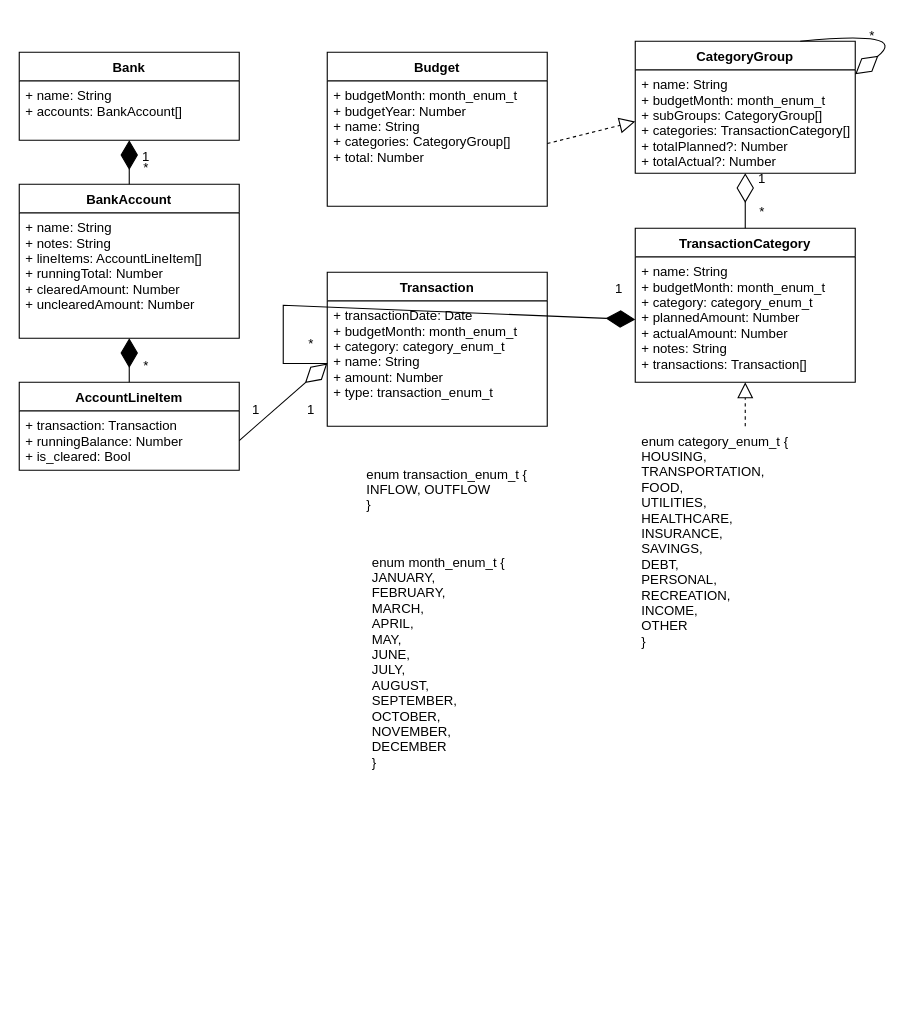
Earlier version of the draw.io diagram Documentation/DataContainer.drawio (simpsric/BudgetApp1.0). Source tidied: cells renumbered, new cells numbered last; positions are measured from the earlier drawing's top-left corner, leaving out a move shared by most shapes. Both pictures are drawn from the tidied source at 110%, with x=0, y=0 at pixel (19, 19).
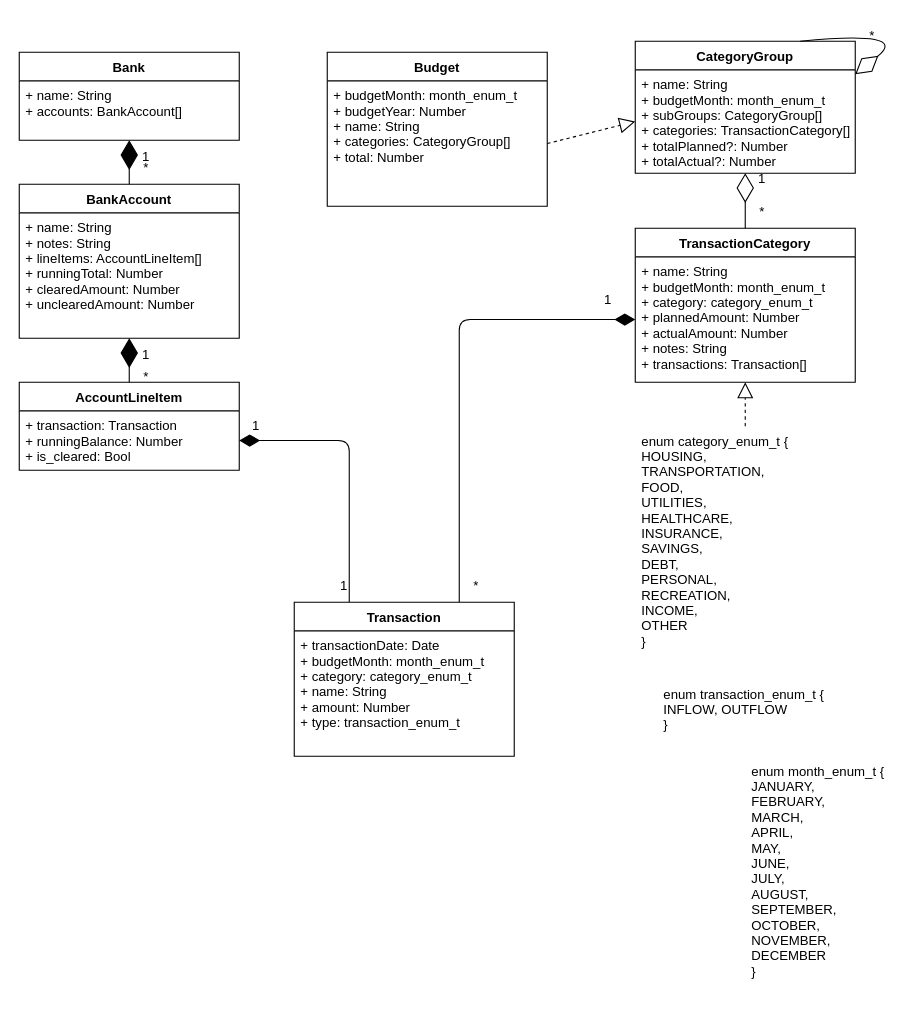
After the change.

Commit message (it also covers changes not shown here):
Enhance DataContainer and OverView diagrams: added new edges and adjusted positions for better clarity and organization.

The change refers to these unchanged cells:
```xml
<mxCell id="3" value="+ transactionDate: Date&#10;+ budgetMonth: month_enum_t&#10;+ category: category_enum_t&#10;+ name: String&#10;+ amount: Number&#10;+ type: transaction_enum_t" style="text;strokeColor=none;fillColor=none;align=left;verticalAlign=top;spacingLeft=4;spacingRight=4;overflow=hidden;points=[[0,0.5],[1,0.5]];portConstraint=eastwest;" parent="2" vertex="1">
  <mxGeometry y="26" width="200" height="114" as="geometry" />
</mxCell>
<mxCell id="9" value="+ name: String&#10;+ budgetMonth: month_enum_t&#10;+ category: category_enum_t&#10;+ plannedAmount: Number&#10;+ actualAmount: Number&#10;+ notes: String&#10;+ transactions: Transaction[]" style="text;strokeColor=none;fillColor=none;align=left;verticalAlign=top;spacingLeft=4;spacingRight=4;overflow=hidden;points=[[0,0.5],[1,0.5]];portConstraint=eastwest;" parent="8" vertex="1">
  <mxGeometry y="26" width="200" height="114" as="geometry" />
</mxCell>
<mxCell id="15" value="+ transaction: Transaction&#10;+ runningBalance: Number&#10;+ is_cleared: Bool" style="text;strokeColor=none;fillColor=none;align=left;verticalAlign=top;spacingLeft=4;spacingRight=4;overflow=hidden;points=[[0,0.5],[1,0.5]];portConstraint=eastwest;" parent="14" vertex="1">
  <mxGeometry y="26" width="200" height="54" as="geometry" />
</mxCell>
```

Diff of the diagram source:
```diff
@@
+    <mxCell id="37" style="edgeStyle=orthogonalEdgeStyle;html=1;exitX=0.75;exitY=0;exitDx=0;exitDy=0;entryX=0;entryY=0.5;entryDx=0;entryDy=0;endArrow=diamondThin;endFill=1;endSize=16;" parent="1" edge="1" source="2" target="9">
+      <mxGeometry relative="1" as="geometry" />
+    </mxCell>
+    <mxCell id="38" style="edgeStyle=orthogonalEdgeStyle;html=1;exitX=0.25;exitY=0;exitDx=0;exitDy=0;entryX=1;entryY=0.5;entryDx=0;entryDy=0;endArrow=diamondThin;endFill=1;endSize=16;" parent="1" edge="1" source="2" target="15">
+      <mxGeometry relative="1" as="geometry" />
+    </mxCell>
     <mxCell id="2" value="Transaction" style="swimlane;fontStyle=1;align=center;verticalAlign=top;horizontal=1;startSize=26;" parent="1" vertex="1">
-      <mxGeometry x="280" y="230" width="200" height="140" as="geometry" />
+      <mxGeometry x="250" y="530" width="200" height="140" as="geometry" />
     </mxCell>
@@
-    <mxCell id="18" style="endArrow=diamondThin;endFill=0;endSize=24;html=1;rounded=0;exitX=1;exitY=0.5;exitDx=0;exitDy=0;entryX=0;entryY=0.5;entryDx=0;entryDy=0;" parent="1" edge="1" source="15" target="3">
-      <mxGeometry relative="1" as="geometry" />
-    </mxCell>
     <mxCell id="19" value="1" style="text;html=1;align=center;verticalAlign=middle;strokeColor=none;fillColor=none;" parent="1" vertex="1">
-      <mxGeometry x="250" y="340" width="30" height="30" as="geometry" />
+      <mxGeometry x="280" y="500" width="30" height="30" as="geometry" />
     </mxCell>
@@
     <mxCell id="21" value="*" style="text;html=1;align=center;verticalAlign=middle;strokeColor=none;fillColor=none;" parent="1" vertex="1">
-      <mxGeometry x="100" y="300" width="30" height="30" as="geometry" />
+      <mxGeometry x="100" y="310" width="30" height="30" as="geometry" />
     </mxCell>
@@
     <mxCell id="23" value="1" style="text;html=1;align=center;verticalAlign=middle;strokeColor=none;fillColor=none;" parent="1" vertex="1">
-      <mxGeometry x="200" y="340" width="30" height="30" as="geometry" />
+      <mxGeometry x="200" y="355" width="30" height="30" as="geometry" />
     </mxCell>
     <mxCell id="24" value="enum transaction_enum_t {&#10;    INFLOW, OUTFLOW&#10;}" style="text;strokeColor=none;fillColor=none;align=left;verticalAlign=top;spacingLeft=4;spacingRight=4;overflow=hidden;" parent="1" vertex="1">
-      <mxGeometry x="310" y="400" width="160" height="60" as="geometry" />
+      <mxGeometry x="580" y="600" width="160" height="60" as="geometry" />
     </mxCell>
@@
     <mxCell id="26" value="enum month_enum_t {&#10;    JANUARY,&#10;    FEBRUARY,&#10;    MARCH,&#10;    APRIL,&#10;    MAY,&#10;    JUNE,&#10;    JULY,&#10;    AUGUST,&#10;    SEPTEMBER,&#10;    OCTOBER,&#10;    NOVEMBER,&#10;    DECEMBER&#10;}" style="text;strokeColor=none;fillColor=none;align=left;verticalAlign=top;spacingLeft=4;spacingRight=4;overflow=hidden;" parent="1" vertex="1">
-      <mxGeometry x="315" y="480" width="140" height="220" as="geometry" />
+      <mxGeometry x="660" y="670" width="140" height="220" as="geometry" />
     </mxCell>
@@
-    <mxCell id="34" style="endArrow=diamondThin;endFill=1;endSize=24;html=1;rounded=0;exitX=0;exitY=0.5;exitDx=0;exitDy=0;entryX=0;entryY=0.5;entryDx=0;entryDy=0;" parent="1" edge="1" source="3" target="9">
-      <mxGeometry relative="1" as="geometry">
-        <Array as="points">
-          <mxPoint x="240" y="313" />
-          <mxPoint x="240" y="260" />
-        </Array>
-      </mxGeometry>
-    </mxCell>
     <mxCell id="35" value="1" style="text;html=1;align=center;verticalAlign=middle;strokeColor=none;fillColor=none;" parent="1" vertex="1">
-      <mxGeometry x="530" y="230" width="30" height="30" as="geometry" />
+      <mxGeometry x="520" y="240" width="30" height="30" as="geometry" />
     </mxCell>
     <mxCell id="36" value="*" style="text;html=1;align=center;verticalAlign=middle;strokeColor=none;fillColor=none;" parent="1" vertex="1">
-      <mxGeometry x="250" y="280" width="30" height="30" as="geometry" />
+      <mxGeometry x="400" y="500" width="30" height="30" as="geometry" />
     </mxCell>
+    <mxCell id="39" value="1" style="text;html=1;align=center;verticalAlign=middle;strokeColor=none;fillColor=none;" parent="1" vertex="1">
+      <mxGeometry x="100" y="290" width="30" height="30" as="geometry" />
+    </mxCell>
```
